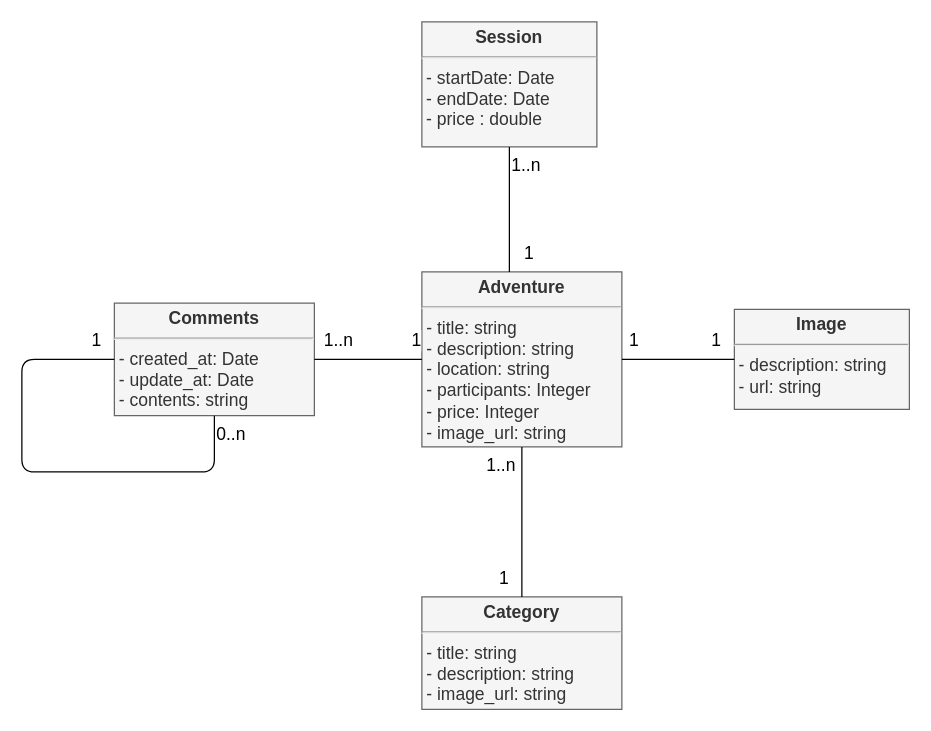
This is fonctionnel/ms-adventure-class-diagram.drawio from Ketut38/P9-wild-adventures, a draw.io file, before an edit. Source tidied: cells renumbered, new cells numbered last; positions are measured from the earlier drawing's top-left corner, leaving out a move shared by most shapes. Both pictures are drawn from the tidied source at 125%, with x=0, y=0 at pixel (21, 21).
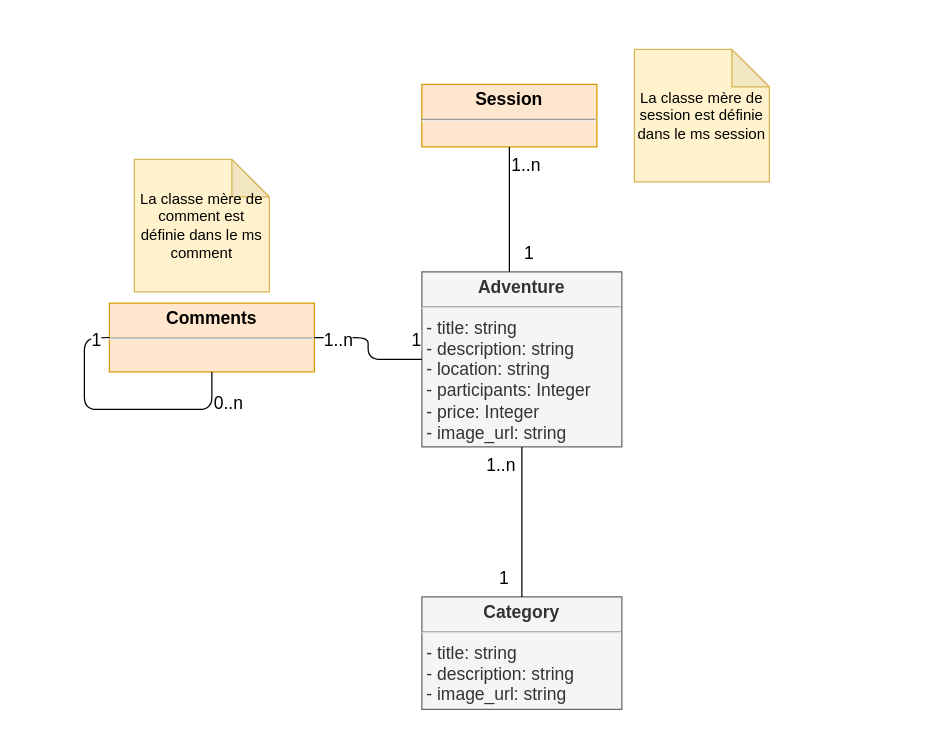
After the change.

Unchanged cells that the change refers to:
```xml
<mxCell id="3" value="&lt;p style=&quot;margin: 4px 0px 0px; text-align: center; font-size: 14px;&quot;&gt;&lt;b style=&quot;font-size: 14px;&quot;&gt;&lt;font style=&quot;font-size: 14px;&quot;&gt;Adventure&lt;/font&gt;&lt;/b&gt;&lt;/p&gt;&lt;hr style=&quot;font-size: 14px;&quot;&gt;&lt;p style=&quot;margin: 0px 0px 0px 4px; font-size: 14px;&quot;&gt;&lt;span style=&quot;font-size: 14px;&quot;&gt;- title: string&lt;/span&gt;&lt;br style=&quot;font-size: 14px;&quot;&gt;&lt;/p&gt;&lt;p style=&quot;margin: 0px 0px 0px 4px; font-size: 14px;&quot;&gt;&lt;font style=&quot;font-size: 14px;&quot;&gt;- description: string&lt;br style=&quot;font-size: 14px;&quot;&gt;&lt;/font&gt;&lt;/p&gt;&lt;p style=&quot;margin: 0px 0px 0px 4px; font-size: 14px;&quot;&gt;&lt;font style=&quot;font-size: 14px;&quot;&gt;- location: string&lt;/font&gt;&lt;/p&gt;&lt;p style=&quot;margin: 0px 0px 0px 4px; font-size: 14px;&quot;&gt;&lt;font style=&quot;font-size: 14px;&quot;&gt;- participants: Integer&lt;br style=&quot;font-size: 14px;&quot;&gt;&lt;/font&gt;&lt;/p&gt;&lt;p style=&quot;margin: 0px 0px 0px 4px; font-size: 14px;&quot;&gt;&lt;font style=&quot;font-size: 14px;&quot;&gt;- price: Integer&lt;/font&gt;&lt;/p&gt;&lt;p style=&quot;margin: 0px 0px 0px 4px; font-size: 14px;&quot;&gt;&lt;font style=&quot;font-size: 14px;&quot;&gt;- image_url: string&lt;/font&gt;&lt;/p&gt;" style="verticalAlign=top;align=left;overflow=fill;fontSize=14;fontFamily=Helvetica;html=1;fillColor=#f5f5f5;strokeColor=#666666;fontColor=#333333;" parent="1" vertex="1">
  <mxGeometry x="320" y="200" width="160" height="140" as="geometry" />
</mxCell>
```

What changed in the source:
```diff
@@
-    <mxCell id="4" value="&lt;p style=&quot;margin: 4px 0px 0px; text-align: center; font-size: 14px;&quot;&gt;&lt;b style=&quot;font-size: 14px;&quot;&gt;&lt;font style=&quot;font-size: 14px;&quot;&gt;Comments&lt;/font&gt;&lt;/b&gt;&lt;/p&gt;&lt;hr style=&quot;font-size: 14px;&quot;&gt;&lt;p style=&quot;margin: 0px 0px 0px 4px; font-size: 14px;&quot;&gt;- created_at: Date&lt;/p&gt;&lt;p style=&quot;margin: 0px 0px 0px 4px; font-size: 14px;&quot;&gt;&lt;span style=&quot;font-size: 14px;&quot;&gt;- update_at: Date&lt;/span&gt;&lt;/p&gt;&lt;p style=&quot;margin: 0px 0px 0px 4px; font-size: 14px;&quot;&gt;&lt;span style=&quot;font-size: 14px;&quot;&gt;- contents: string&lt;/span&gt;&lt;br style=&quot;font-size: 14px;&quot;&gt;&lt;/p&gt;" style="verticalAlign=top;align=left;overflow=fill;fontSize=14;fontFamily=Helvetica;html=1;fillColor=#f5f5f5;strokeColor=#666666;fontColor=#333333;" parent="1" vertex="1">
-      <mxGeometry x="74" y="225" width="160" height="90" as="geometry" />
+    <mxCell id="4" value="&lt;p style=&quot;margin: 4px 0px 0px ; text-align: center ; font-size: 14px&quot;&gt;&lt;b style=&quot;font-size: 14px&quot;&gt;&lt;font style=&quot;font-size: 14px&quot;&gt;Comments&lt;/font&gt;&lt;/b&gt;&lt;/p&gt;&lt;hr style=&quot;font-size: 14px&quot;&gt;&lt;p style=&quot;margin: 0px 0px 0px 4px ; font-size: 14px&quot;&gt;&lt;br&gt;&lt;/p&gt;" style="verticalAlign=top;align=left;overflow=fill;fontSize=14;fontFamily=Helvetica;html=1;fillColor=#ffe6cc;strokeColor=#d79b00;" parent="1" vertex="1">
+      <mxGeometry x="70" y="225" width="164" height="55" as="geometry" />
     </mxCell>
-    <mxCell id="5" value="&lt;p style=&quot;margin: 4px 0px 0px ; text-align: center ; font-size: 14px&quot;&gt;&lt;b style=&quot;font-size: 14px&quot;&gt;&lt;font style=&quot;font-size: 14px&quot;&gt;Session&lt;/font&gt;&lt;/b&gt;&lt;/p&gt;&lt;hr style=&quot;font-size: 14px&quot;&gt;&lt;p style=&quot;margin: 0px 0px 0px 4px ; font-size: 14px&quot;&gt;&lt;/p&gt;&lt;span style=&quot;font-size: 14px&quot;&gt;&amp;nbsp;- startDate: Date&lt;br style=&quot;font-size: 14px&quot;&gt;&amp;nbsp;- endDate: Date&lt;br&gt;&amp;nbsp;- price : double&lt;br&gt;&lt;br style=&quot;font-size: 14px&quot;&gt;&lt;/span&gt;" style="verticalAlign=top;align=left;overflow=fill;fontSize=14;fontFamily=Helvetica;html=1;fillColor=#f5f5f5;strokeColor=#666666;fontColor=#333333;" parent="1" vertex="1">
-      <mxGeometry x="320" width="140" height="100" as="geometry" />
+    <mxCell id="5" value="&lt;p style=&quot;margin: 4px 0px 0px ; text-align: center ; font-size: 14px&quot;&gt;&lt;b style=&quot;font-size: 14px&quot;&gt;&lt;font style=&quot;font-size: 14px&quot;&gt;Session&lt;/font&gt;&lt;/b&gt;&lt;/p&gt;&lt;hr style=&quot;font-size: 14px&quot;&gt;&lt;p style=&quot;margin: 0px 0px 0px 4px ; font-size: 14px&quot;&gt;&lt;/p&gt;&lt;span style=&quot;font-size: 14px&quot;&gt;&amp;nbsp;&lt;br&gt;&lt;br style=&quot;font-size: 14px&quot;&gt;&lt;/span&gt;" style="verticalAlign=top;align=left;overflow=fill;fontSize=14;fontFamily=Helvetica;html=1;fillColor=#ffe6cc;strokeColor=#d79b00;" parent="1" vertex="1">
+      <mxGeometry x="320" y="50" width="140" height="50" as="geometry" />
     </mxCell>
@@
     <mxCell id="13" style="endArrow=none;html=1;exitX=0;exitY=0.5;exitDx=0;exitDy=0;entryX=0.5;entryY=1;entryDx=0;entryDy=0;fontSize=14;" parent="1" edge="1" source="4" target="4">
       <mxGeometry relative="1" as="geometry">
         <Array as="points">
-          <mxPoint y="270" />
-          <mxPoint y="360" />
-          <mxPoint x="24" y="360" />
-          <mxPoint x="154" y="360" />
+          <mxPoint x="50" y="253" />
+          <mxPoint x="50" y="310" />
+          <mxPoint x="152" y="310" />
         </Array>
       </mxGeometry>
     </mxCell>
@@
     <mxCell id="15" value="0..n" style="html=1;align=left;verticalAlign=top;labelBackgroundColor=#ffffff;fontSize=14;" parent="1" vertex="1">
-      <mxGeometry x="154" y="315" as="geometry" />
+      <mxGeometry x="152" y="290" as="geometry" />
     </mxCell>
-    <mxCell id="16" value="&lt;p style=&quot;margin: 4px 0px 0px ; text-align: center ; font-size: 14px&quot;&gt;&lt;b style=&quot;font-size: 14px&quot;&gt;&lt;font style=&quot;font-size: 14px&quot;&gt;Image&lt;/font&gt;&lt;/b&gt;&lt;/p&gt;&lt;hr style=&quot;font-size: 14px&quot;&gt;&lt;p style=&quot;margin: 0px 0px 0px 4px ; font-size: 14px&quot;&gt;&lt;/p&gt;&lt;span style=&quot;font-size: 14px&quot;&gt;&amp;nbsp;- description: string&lt;br style=&quot;font-size: 14px&quot;&gt;&amp;nbsp;- url: string&lt;br&gt;&lt;br&gt;&lt;br style=&quot;font-size: 14px&quot;&gt;&lt;/span&gt;" style="verticalAlign=top;align=left;overflow=fill;fontSize=14;fontFamily=Helvetica;html=1;fillColor=#f5f5f5;strokeColor=#666666;fontColor=#333333;" parent="1" vertex="1">
-      <mxGeometry x="570" y="230" width="140" height="80" as="geometry" />
-    </mxCell>
-    <mxCell id="17" style="endArrow=none;html=1;endSize=12;startArrow=none;startSize=14;startFill=0;edgeStyle=orthogonalEdgeStyle;exitX=0;exitY=0.5;exitDx=0;exitDy=0;entryX=1;entryY=0.5;entryDx=0;entryDy=0;endFill=0;fontSize=14;" parent="1" edge="1" source="16" target="3">
-      <mxGeometry relative="1" as="geometry" />
-    </mxCell>
-    <mxCell id="18" value="1" style="html=1;align=left;verticalAlign=top;labelBackgroundColor=#ffffff;fontSize=14;" parent="17" vertex="1">
-      <mxGeometry x="-1" relative="1" as="geometry">
-        <mxPoint x="-20" y="-30" as="offset" />
-      </mxGeometry>
-    </mxCell>
-    <mxCell id="19" value="1" style="html=1;align=right;verticalAlign=top;labelBackgroundColor=#ffffff;fontSize=14;" parent="17" vertex="1">
-      <mxGeometry x="1" relative="1" as="geometry">
-        <mxPoint x="14" y="-30" as="offset" />
-      </mxGeometry>
-    </mxCell>
@@
+    <mxCell id="22" value="La classe mère de session est définie dans le ms session" style="shape=note;whiteSpace=wrap;html=1;backgroundOutline=1;darkOpacity=0.05;fillColor=#fff2cc;strokeColor=#d6b656;" parent="1" vertex="1">
+      <mxGeometry x="490" y="22" width="108" height="106" as="geometry" />
+    </mxCell>
+    <mxCell id="23" value="La classe mère de comment est définie dans le ms comment" style="shape=note;whiteSpace=wrap;html=1;backgroundOutline=1;darkOpacity=0.05;fillColor=#fff2cc;strokeColor=#d6b656;" parent="1" vertex="1">
+      <mxGeometry x="90" y="110" width="108" height="106" as="geometry" />
+    </mxCell>
```
